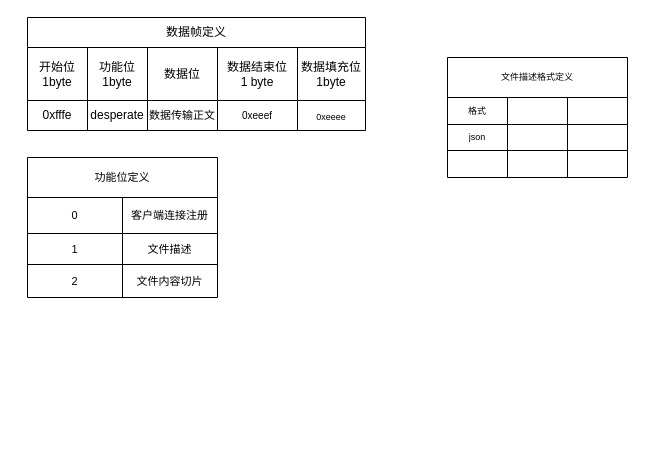
Above: page "数据定义" (2 of 2) of Transfer/design/fileTransfer.drawio in Big-Shawn/FileTranfer (draw.io), before the change. Source tidied: cells renumbered, new cells numbered last; positions are measured from the earlier drawing's top-left corner, leaving out a move shared by most shapes. Both pictures are drawn from the tidied source at 100%, with x=0, y=0 at pixel (27, 17).
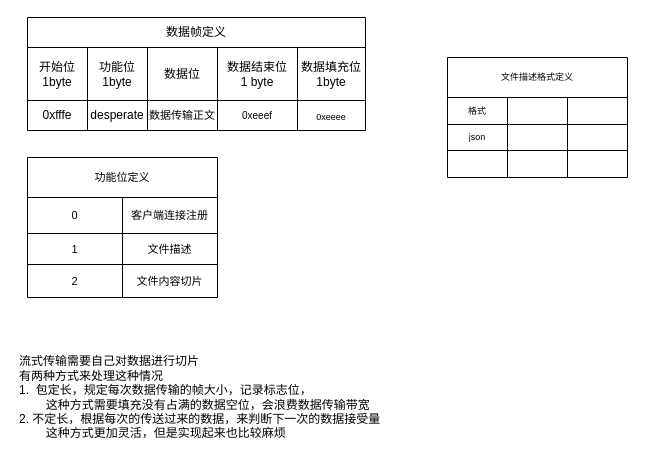
The same page after the edit.

The edit, as a diff of the source:
```diff
@@
+    <mxCell id="39" value="流式传输需要自己对数据进行切片&lt;br&gt;有两种方式来处理这种情况&lt;br&gt;1.&amp;nbsp; 包定长，规定每次数据传输的帧大小，记录标志位，&lt;br&gt;&amp;nbsp;&lt;span style=&quot;white-space: pre&quot;&gt;&#9;&lt;/span&gt;这种方式需要填充没有占满的数据空位，会浪费数据传输带宽&lt;br&gt;&lt;div&gt;&lt;span&gt;2. 不定长，根据每次的传送过来的数据，来判断下一次的数据接受量&lt;/span&gt;&lt;/div&gt;&lt;div&gt;&lt;span&gt;&lt;span style=&quot;white-space: pre&quot;&gt;&#9;&lt;/span&gt;这种方式更加灵活，但是实现起来也比较麻烦&lt;br&gt;&lt;/span&gt;&lt;/div&gt;" style="text;html=1;align=left;verticalAlign=middle;strokeColor=none;fillColor=none;" parent="1" vertex="1">
+      <mxGeometry x="-10" y="335" width="380" height="90" as="geometry" />
+    </mxCell>
```
